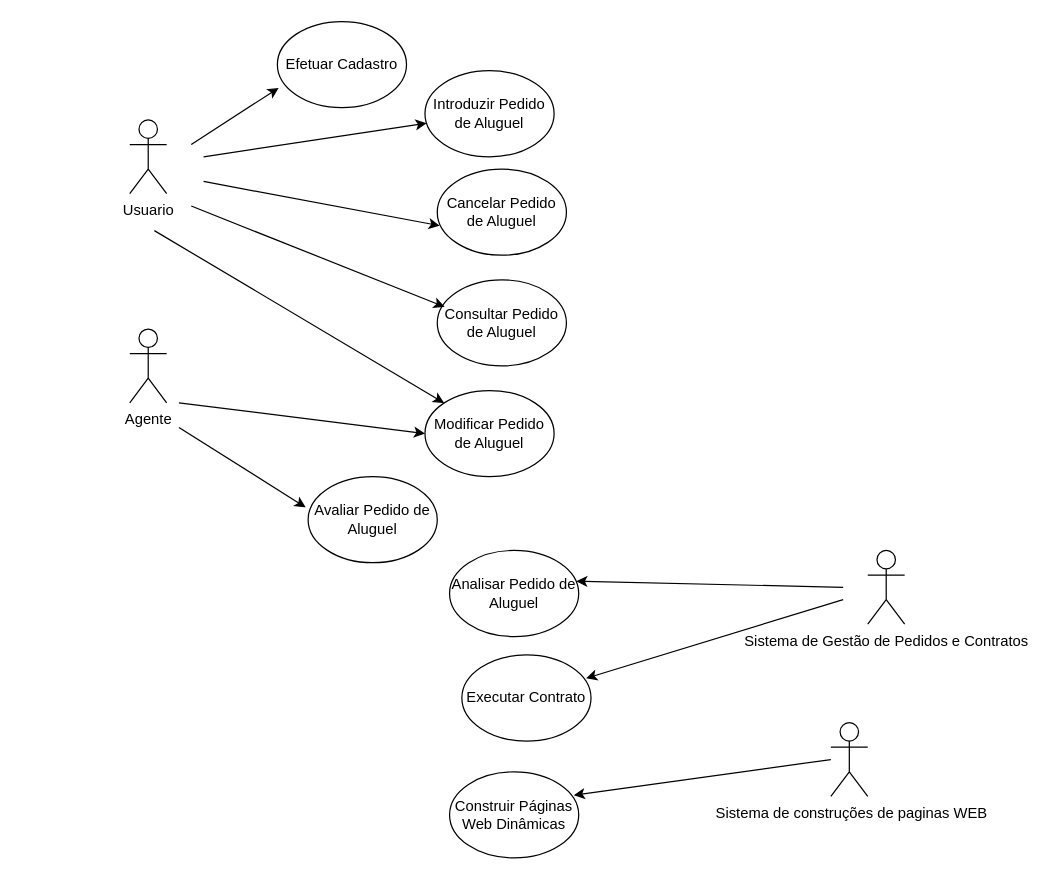
Earlier version of the draw.io diagram projeto/Caso de uso LAB.drawio (samuelincoln1/LDS-lab02). Source tidied: cells renumbered, new cells numbered last; positions are measured from the earlier drawing's top-left corner, leaving out a move shared by most shapes. Both pictures are drawn from the tidied source at 123%, with x=0, y=0 at pixel (129, 21).
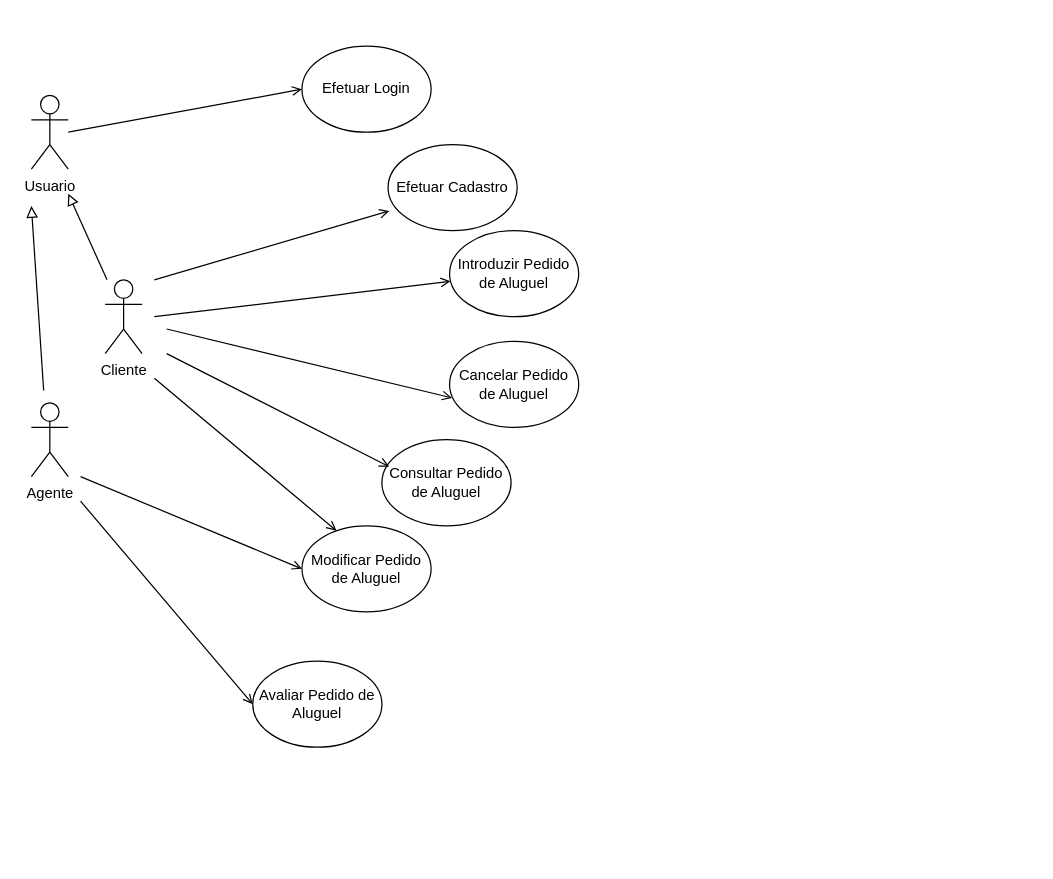
Above is the later version.

Commit message (it also covers changes not shown here):
Correção diagrama de caso de uso

What changed in the source:
```diff
@@
-    <mxCell id="2" value="Usuario&lt;br&gt;" style="shape=umlActor;verticalLabelPosition=bottom;verticalAlign=top;html=1;outlineConnect=0;" parent="1" vertex="1">
-      <mxGeometry y="80" width="30" height="60" as="geometry" />
+    <mxCell id="2" value="Cliente&lt;br&gt;" style="shape=umlActor;verticalLabelPosition=bottom;verticalAlign=top;html=1;outlineConnect=0;" parent="1" vertex="1">
+      <mxGeometry x="-20" y="210" width="30" height="60" as="geometry" />
     </mxCell>
     <mxCell id="3" value="Agente" style="shape=umlActor;verticalLabelPosition=bottom;verticalAlign=top;html=1;" parent="1" vertex="1">
-      <mxGeometry y="250" width="30" height="60" as="geometry" />
+      <mxGeometry x="-80" y="310" width="30" height="60" as="geometry" />
     </mxCell>
-    <mxCell id="4" value="&amp;nbsp;Sistema de Gestão de Pedidos e Contratos&amp;nbsp;&lt;br&gt;" style="shape=umlActor;verticalLabelPosition=bottom;verticalAlign=top;html=1;" parent="1" vertex="1">
-      <mxGeometry x="600" y="430" width="30" height="60" as="geometry" />
-    </mxCell>
-    <mxCell id="5" value="&amp;nbsp;Sistema de construções de paginas WEB" style="shape=umlActor;verticalLabelPosition=bottom;verticalAlign=top;html=1;" parent="1" vertex="1">
-      <mxGeometry x="570" y="570" width="30" height="60" as="geometry" />
-    </mxCell>
     <mxCell id="6" value="Efetuar Cadastro " style="ellipse;whiteSpace=wrap;html=1;" parent="1" vertex="1">
-      <mxGeometry x="120" width="105" height="70" as="geometry" />
+      <mxGeometry x="210" y="100" width="105" height="70" as="geometry" />
     </mxCell>
     <mxCell id="7" value="Introduzir Pedido de Aluguel  " style="ellipse;whiteSpace=wrap;html=1;" parent="1" vertex="1">
-      <mxGeometry x="240" y="40" width="105" height="70" as="geometry" />
+      <mxGeometry x="260" y="170" width="105" height="70" as="geometry" />
     </mxCell>
     <mxCell id="8" value="Cancelar Pedido de Aluguel" style="ellipse;whiteSpace=wrap;html=1;" parent="1" vertex="1">
-      <mxGeometry x="250" y="120" width="105" height="70" as="geometry" />
+      <mxGeometry x="260" y="260" width="105" height="70" as="geometry" />
     </mxCell>
     <mxCell id="9" value="Consultar Pedido de Aluguel  " style="ellipse;whiteSpace=wrap;html=1;" parent="1" vertex="1">
-      <mxGeometry x="250" y="210" width="105" height="70" as="geometry" />
+      <mxGeometry x="205" y="340" width="105" height="70" as="geometry" />
     </mxCell>
     <mxCell id="10" value="Modificar Pedido de Aluguel" style="ellipse;whiteSpace=wrap;html=1;" parent="1" vertex="1">
-      <mxGeometry x="240" y="300" width="105" height="70" as="geometry" />
+      <mxGeometry x="140" y="410" width="105" height="70" as="geometry" />
     </mxCell>
-    <mxCell id="11" style="endArrow=classic;html=1;rounded=0;entryX=0.01;entryY=0.771;entryDx=0;entryDy=0;entryPerimeter=0;" parent="1" edge="1" target="6">
+    <mxCell id="11" style="endArrow=open;html=1;rounded=0;entryX=0.01;entryY=0.771;entryDx=0;entryDy=0;entryPerimeter=0;endFill=0;" parent="1" edge="1" target="6">
       <mxGeometry relative="1" as="geometry">
-        <mxPoint x="50" y="100" as="sourcePoint" />
+        <mxPoint x="20" y="210" as="sourcePoint" />
       </mxGeometry>
     </mxCell>
-    <mxCell id="12" style="endArrow=classic;html=1;rounded=0;" parent="1" edge="1" target="7">
+    <mxCell id="12" style="endArrow=open;html=1;rounded=0;endFill=0;" parent="1" edge="1" target="7">
       <mxGeometry relative="1" as="geometry">
-        <mxPoint x="60" y="110" as="sourcePoint" />
+        <mxPoint x="20" y="240" as="sourcePoint" />
       </mxGeometry>
     </mxCell>
-    <mxCell id="13" style="endArrow=classic;html=1;rounded=0;entryX=0.019;entryY=0.657;entryDx=0;entryDy=0;entryPerimeter=0;" parent="1" edge="1" target="8">
+    <mxCell id="13" style="endArrow=open;html=1;rounded=0;entryX=0.019;entryY=0.657;entryDx=0;entryDy=0;entryPerimeter=0;endFill=0;" parent="1" edge="1" target="8">
       <mxGeometry relative="1" as="geometry">
-        <mxPoint x="60" y="130" as="sourcePoint" />
+        <mxPoint x="30" y="250" as="sourcePoint" />
       </mxGeometry>
     </mxCell>
-    <mxCell id="14" style="endArrow=classic;html=1;rounded=0;entryX=0.057;entryY=0.314;entryDx=0;entryDy=0;entryPerimeter=0;" parent="1" edge="1" target="9">
+    <mxCell id="14" style="endArrow=open;html=1;rounded=0;entryX=0.057;entryY=0.314;entryDx=0;entryDy=0;entryPerimeter=0;endFill=0;" parent="1" edge="1" target="9">
       <mxGeometry relative="1" as="geometry">
-        <mxPoint x="50" y="150" as="sourcePoint" />
+        <mxPoint x="30" y="270" as="sourcePoint" />
       </mxGeometry>
     </mxCell>
-    <mxCell id="15" style="endArrow=classic;html=1;rounded=0;entryX=0;entryY=0;entryDx=0;entryDy=0;" parent="1" edge="1" target="10">
+    <mxCell id="15" style="endArrow=open;html=1;rounded=0;entryX=0.267;entryY=0.057;entryDx=0;entryDy=0;entryPerimeter=0;endFill=0;" parent="1" edge="1" target="10">
       <mxGeometry relative="1" as="geometry">
-        <mxPoint x="20" y="170" as="sourcePoint" />
+        <mxPoint x="20" y="290" as="sourcePoint" />
       </mxGeometry>
     </mxCell>
     <mxCell id="16" value="Avaliar Pedido de Aluguel " style="ellipse;whiteSpace=wrap;html=1;" parent="1" vertex="1">
-      <mxGeometry x="145" y="370" width="105" height="70" as="geometry" />
+      <mxGeometry x="100" y="520" width="105" height="70" as="geometry" />
     </mxCell>
-    <mxCell id="17" style="endArrow=classic;html=1;rounded=0;entryX=0;entryY=0.5;entryDx=0;entryDy=0;" parent="1" edge="1" target="10">
-      <mxGeometry relative="1" as="geometry">
-        <mxPoint x="40" y="310" as="sourcePoint" />
-      </mxGeometry>
-    </mxCell>
-    <mxCell id="18" style="endArrow=classic;html=1;rounded=0;entryX=-0.019;entryY=0.357;entryDx=0;entryDy=0;entryPerimeter=0;" parent="1" edge="1" target="16">
-      <mxGeometry relative="1" as="geometry">
-        <mxPoint x="40" y="330" as="sourcePoint" />
-      </mxGeometry>
-    </mxCell>
-    <mxCell id="19" value="Analisar Pedido de Aluguel" style="ellipse;whiteSpace=wrap;html=1;" parent="1" vertex="1">
-      <mxGeometry x="260" y="430" width="105" height="70" as="geometry" />
-    </mxCell>
-    <mxCell id="20" value="Executar Contrato" style="ellipse;whiteSpace=wrap;html=1;" parent="1" vertex="1">
-      <mxGeometry x="270" y="515" width="105" height="70" as="geometry" />
-    </mxCell>
-    <mxCell id="21" style="endArrow=classic;html=1;rounded=0;entryX=0.981;entryY=0.357;entryDx=0;entryDy=0;entryPerimeter=0;" parent="1" edge="1" target="19">
-      <mxGeometry relative="1" as="geometry">
-        <mxPoint x="580" y="460" as="sourcePoint" />
-      </mxGeometry>
-    </mxCell>
-    <mxCell id="22" style="endArrow=classic;html=1;rounded=0;entryX=0.962;entryY=0.271;entryDx=0;entryDy=0;entryPerimeter=0;" parent="1" edge="1" target="20">
-      <mxGeometry relative="1" as="geometry">
-        <mxPoint x="580" y="470" as="sourcePoint" />
-      </mxGeometry>
-    </mxCell>
-    <mxCell id="23" value="Construir Páginas Web Dinâmicas " style="ellipse;whiteSpace=wrap;html=1;" parent="1" vertex="1">
-      <mxGeometry x="260" y="610" width="105" height="70" as="geometry" />
-    </mxCell>
-    <mxCell id="24" style="endArrow=classic;html=1;rounded=0;entryX=0.962;entryY=0.271;entryDx=0;entryDy=0;entryPerimeter=0;" parent="1" edge="1" target="23">
-      <mxGeometry relative="1" as="geometry">
-        <mxPoint x="570" y="600" as="sourcePoint" />
-      </mxGeometry>
-    </mxCell>
+    <mxCell id="25" style="endArrow=open;html=1;rounded=0;entryX=0;entryY=0.5;entryDx=0;entryDy=0;endFill=0;" parent="1" edge="1" target="10">
+      <mxGeometry relative="1" as="geometry">
+        <mxPoint x="-40" y="370" as="sourcePoint" />
+      </mxGeometry>
+    </mxCell>
+    <mxCell id="26" style="endArrow=open;html=1;rounded=0;entryX=0;entryY=0.5;entryDx=0;entryDy=0;endFill=0;" parent="1" edge="1" target="16">
+      <mxGeometry relative="1" as="geometry">
+        <mxPoint x="-40" y="390" as="sourcePoint" />
+      </mxGeometry>
+    </mxCell>
+    <mxCell id="27" value="Usuario" style="shape=umlActor;verticalLabelPosition=bottom;verticalAlign=top;html=1;" parent="1" vertex="1">
+      <mxGeometry x="-80" y="60" width="30" height="60" as="geometry" />
+    </mxCell>
+    <mxCell id="28" value="Efetuar Login" style="ellipse;whiteSpace=wrap;html=1;" parent="1" vertex="1">
+      <mxGeometry x="140" y="20" width="105" height="70" as="geometry" />
+    </mxCell>
+    <mxCell id="29" style="endArrow=open;html=1;rounded=0;entryX=0;entryY=0.5;entryDx=0;entryDy=0;endFill=0;" parent="1" edge="1" target="28">
+      <mxGeometry relative="1" as="geometry">
+        <mxPoint x="-50" y="90" as="sourcePoint" />
+      </mxGeometry>
+    </mxCell>
+    <mxCell id="30" style="endArrow=block;html=1;rounded=0;endFill=0;endSize=7;" parent="1" edge="1">
+      <mxGeometry relative="1" as="geometry">
+        <mxPoint x="-70" y="300" as="sourcePoint" />
+        <mxPoint x="-80" y="150" as="targetPoint" />
+      </mxGeometry>
+    </mxCell>
+    <mxCell id="31" style="endArrow=block;html=1;rounded=0;endFill=0;endSize=7;" parent="1" edge="1" source="2">
+      <mxGeometry relative="1" as="geometry">
+        <mxPoint x="-50" y="140" as="targetPoint" />
+      </mxGeometry>
+    </mxCell>
```
